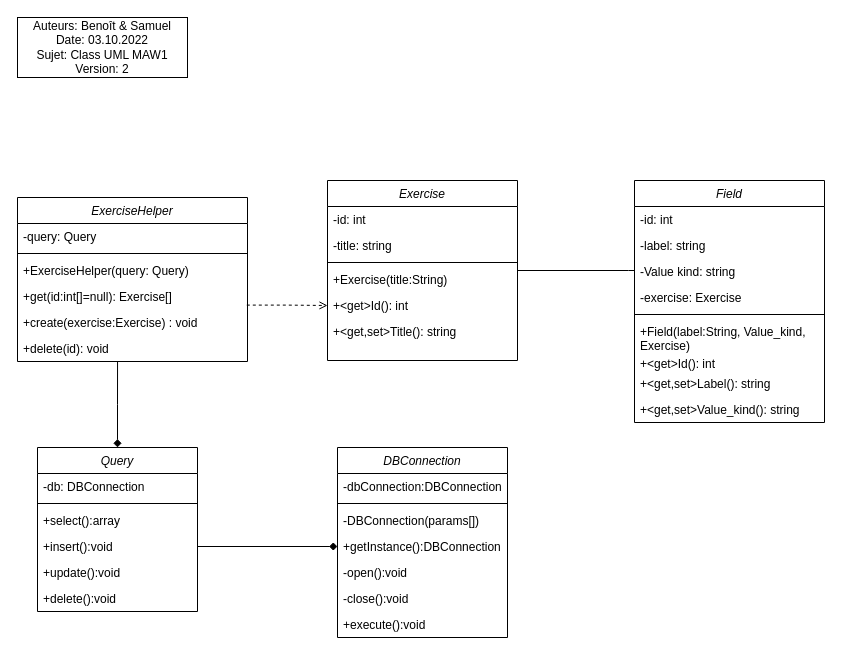
CPNV-ES/MAW1-BPT-SMD keeps this draw.io diagram as modelisation/ClassUML.drawio. Above is the earlier version. Source tidied: cells renumbered, new cells numbered last; positions are measured from the earlier drawing's top-left corner, leaving out a move shared by most shapes. Both pictures are drawn from the tidied source at 100%, with x=0, y=0 at pixel (17, 17).
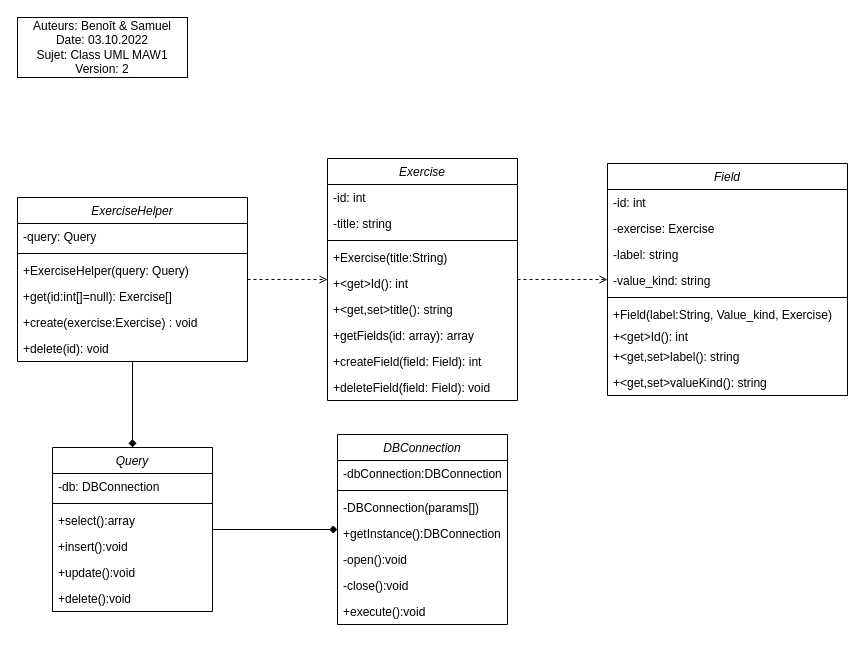
The same diagram, later.

Unchanged cells that the change refers to:
```xml
<mxCell id="6" value="+getInstance():DBConnection" style="text;align=left;verticalAlign=top;spacingLeft=4;spacingRight=4;overflow=hidden;points=[[0,0.5],[1,0.5]];portConstraint=eastwest;" parent="2" vertex="1">
  <mxGeometry y="86" width="170" height="26" as="geometry" />
</mxCell>
<mxCell id="15" value="+insert():void" style="text;align=left;verticalAlign=top;spacingLeft=4;spacingRight=4;overflow=hidden;points=[[0,0.5],[1,0.5]];portConstraint=eastwest;rounded=0;shadow=0;html=0;" parent="11" vertex="1">
  <mxGeometry y="86" width="160" height="26" as="geometry" />
</mxCell>
<mxCell id="23" value="+&lt;get&gt;Id(): int" style="text;align=left;verticalAlign=top;spacingLeft=4;spacingRight=4;overflow=hidden;points=[[0,0.5],[1,0.5]];portConstraint=eastwest;rounded=0;shadow=0;html=0;" parent="18" vertex="1">
  <mxGeometry y="112" width="190" height="26" as="geometry" />
</mxCell>
<mxCell id="26" value="ExerciseHelper" style="swimlane;fontStyle=2;align=center;verticalAlign=top;horizontal=1;startSize=26;rounded=0;shadow=0;strokeWidth=1;" parent="1" vertex="1">
  <mxGeometry y="180" width="230" height="164" as="geometry" />
</mxCell>
<mxCell id="31" value="+create(exercise:Exercise) : void" style="text;align=left;verticalAlign=top;spacingLeft=4;spacingRight=4;overflow=hidden;points=[[0,0.5],[1,0.5]];portConstraint=eastwest;rounded=0;shadow=0;html=0;" parent="26" vertex="1">
  <mxGeometry y="112" width="230" height="26" as="geometry" />
</mxCell>
<mxCell id="32" value="+delete(id): void" style="text;align=left;verticalAlign=top;spacingLeft=4;spacingRight=4;overflow=hidden;points=[[0,0.5],[1,0.5]];portConstraint=eastwest;rounded=0;shadow=0;html=0;" parent="26" vertex="1">
  <mxGeometry y="138" width="230" height="26" as="geometry" />
</mxCell>
```

Diff of the diagram source:
```diff
@@
     <mxCell id="2" value="DBConnection" style="swimlane;fontStyle=2;align=center;verticalAlign=top;horizontal=1;startSize=26;rounded=0;shadow=0;strokeWidth=1;" parent="1" vertex="1">
-      <mxGeometry x="320" y="430" width="170" height="190" as="geometry" />
+      <mxGeometry x="320" y="417" width="170" height="190" as="geometry" />
     </mxCell>
@@
-    <mxCell id="10" style="edgeStyle=orthogonalEdgeStyle;rounded=0;jettySize=auto;html=1;entryX=0.435;entryY=1.015;entryDx=0;entryDy=0;entryPerimeter=0;startArrow=diamond;startFill=1;endArrow=none;endFill=0;" parent="1" edge="1" source="11" target="32">
+    <mxCell id="10" style="edgeStyle=orthogonalEdgeStyle;rounded=0;jettySize=auto;html=1;startArrow=diamond;startFill=1;endArrow=none;endFill=0;" parent="1" edge="1" source="11" target="26">
       <mxGeometry relative="1" as="geometry" />
     </mxCell>
     <mxCell id="11" value="Query" style="swimlane;fontStyle=2;align=center;verticalAlign=top;horizontal=1;startSize=26;rounded=0;shadow=0;strokeWidth=1;" parent="1" vertex="1">
-      <mxGeometry x="20" y="430" width="160" height="164" as="geometry" />
+      <mxGeometry x="35" y="430" width="160" height="164" as="geometry" />
     </mxCell>
@@
     <mxCell id="18" value="Exercise" style="swimlane;fontStyle=2;align=center;verticalAlign=top;horizontal=1;startSize=26;rounded=0;shadow=0;strokeWidth=1;" parent="1" vertex="1">
-      <mxGeometry x="310" y="163" width="190" height="180" as="geometry" />
+      <mxGeometry x="310" y="141" width="190" height="242" as="geometry" />
     </mxCell>
@@
-    <mxCell id="24" value="+&lt;get,set&gt;Title(): string" style="text;align=left;verticalAlign=top;spacingLeft=4;spacingRight=4;overflow=hidden;rounded=0;shadow=0;html=0;" parent="18" vertex="1">
+    <mxCell id="24" value="+&lt;get,set&gt;title(): string" style="text;align=left;verticalAlign=top;spacingLeft=4;spacingRight=4;overflow=hidden;rounded=0;shadow=0;html=0;" parent="18" vertex="1">
       <mxGeometry y="138" width="190" height="26" as="geometry" />
     </mxCell>
+    <mxCell id="46" value="+getFields(id: array): array" style="text;align=left;verticalAlign=top;spacingLeft=4;spacingRight=4;overflow=hidden;rounded=0;shadow=0;html=0;" parent="18" vertex="1">
+      <mxGeometry y="164" width="190" height="26" as="geometry" />
+    </mxCell>
+    <mxCell id="47" value="+createField(field: Field): int" style="text;align=left;verticalAlign=top;spacingLeft=4;spacingRight=4;overflow=hidden;rounded=0;shadow=0;html=0;" parent="18" vertex="1">
+      <mxGeometry y="190" width="190" height="26" as="geometry" />
+    </mxCell>
+    <mxCell id="48" value="+deleteField(field: Field): void" style="text;align=left;verticalAlign=top;spacingLeft=4;spacingRight=4;overflow=hidden;rounded=0;shadow=0;html=0;" parent="18" vertex="1">
+      <mxGeometry y="216" width="190" height="26" as="geometry" />
+    </mxCell>
@@
-    <mxCell id="33" style="edgeStyle=orthogonalEdgeStyle;rounded=0;jettySize=auto;html=1;dashed=1;endArrow=open;endFill=0;exitX=0.997;exitY=-0.169;exitDx=0;exitDy=0;exitPerimeter=0;" parent="1" edge="1" source="31" target="23">
+    <mxCell id="33" style="edgeStyle=orthogonalEdgeStyle;rounded=0;jettySize=auto;html=1;dashed=1;endArrow=open;endFill=0;" parent="1" edge="1" source="26" target="18">
       <mxGeometry relative="1" as="geometry" />
     </mxCell>
-    <mxCell id="34" style="edgeStyle=orthogonalEdgeStyle;rounded=0;jettySize=auto;html=1;entryX=0;entryY=0.5;entryDx=0;entryDy=0;startArrow=none;startFill=0;endArrow=diamond;endFill=1;" parent="1" edge="1" source="15" target="6">
+    <mxCell id="34" style="edgeStyle=orthogonalEdgeStyle;rounded=0;jettySize=auto;html=1;startArrow=none;startFill=0;endArrow=diamond;endFill=1;" parent="1" edge="1" source="11" target="2">
       <mxGeometry relative="1" as="geometry" />
     </mxCell>
     <mxCell id="35" value="Field" style="swimlane;fontStyle=2;align=center;verticalAlign=top;horizontal=1;startSize=26;rounded=0;shadow=0;strokeWidth=1;" parent="1" vertex="1">
-      <mxGeometry x="617" y="163" width="190" height="242" as="geometry" />
+      <mxGeometry x="590" y="146" width="240" height="232" as="geometry" />
     </mxCell>
     <mxCell id="36" value="-id: int" style="text;align=left;verticalAlign=top;spacingLeft=4;spacingRight=4;overflow=hidden;rounded=0;shadow=0;html=0;" parent="35" vertex="1">
-      <mxGeometry y="26" width="190" height="26" as="geometry" />
+      <mxGeometry y="26" width="240" height="26" as="geometry" />
     </mxCell>
+    <mxCell id="39" value="-exercise: Exercise" style="text;align=left;verticalAlign=top;spacingLeft=4;spacingRight=4;overflow=hidden;rounded=0;shadow=0;html=0;" parent="35" vertex="1">
+      <mxGeometry y="52" width="240" height="26" as="geometry" />
+    </mxCell>
     <mxCell id="37" value="-label: string" style="text;align=left;verticalAlign=top;spacingLeft=4;spacingRight=4;overflow=hidden;rounded=0;shadow=0;html=0;" parent="35" vertex="1">
-      <mxGeometry y="52" width="190" height="26" as="geometry" />
+      <mxGeometry y="78" width="240" height="26" as="geometry" />
     </mxCell>
-    <mxCell id="38" value="-Value kind: string" style="text;align=left;verticalAlign=top;spacingLeft=4;spacingRight=4;overflow=hidden;rounded=0;shadow=0;html=0;" parent="35" vertex="1">
-      <mxGeometry y="78" width="190" height="26" as="geometry" />
+    <mxCell id="38" value="-value_kind: string" style="text;align=left;verticalAlign=top;spacingLeft=4;spacingRight=4;overflow=hidden;rounded=0;shadow=0;html=0;" parent="35" vertex="1">
+      <mxGeometry y="104" width="240" height="26" as="geometry" />
     </mxCell>
-    <mxCell id="39" value="-exercise: Exercise" style="text;align=left;verticalAlign=top;spacingLeft=4;spacingRight=4;overflow=hidden;rounded=0;shadow=0;html=0;" parent="35" vertex="1">
-      <mxGeometry y="104" width="190" height="26" as="geometry" />
-    </mxCell>
     <mxCell id="40" style="line;html=1;strokeWidth=1;align=left;verticalAlign=middle;spacingTop=-1;spacingLeft=3;spacingRight=3;labelPosition=right;" parent="35" vertex="1">
-      <mxGeometry y="130" width="190" height="8" as="geometry" />
+      <mxGeometry y="130" width="240" height="8" as="geometry" />
     </mxCell>
-    <mxCell id="41" value="+Field(label:String, Value_kind,&#10;Exercise)" style="text;align=left;verticalAlign=top;spacingLeft=4;spacingRight=4;overflow=hidden;rounded=0;shadow=0;html=0;" parent="35" vertex="1">
-      <mxGeometry y="138" width="190" height="32" as="geometry" />
+    <mxCell id="41" value="+Field(label:String, Value_kind, Exercise)" style="text;align=left;verticalAlign=top;spacingLeft=4;spacingRight=4;overflow=hidden;rounded=0;shadow=0;html=0;" parent="35" vertex="1">
+      <mxGeometry y="138" width="240" height="22" as="geometry" />
     </mxCell>
     <mxCell id="42" value="+&lt;get&gt;Id(): int" style="text;align=left;verticalAlign=top;spacingLeft=4;spacingRight=4;overflow=hidden;rounded=0;shadow=0;html=0;" parent="35" vertex="1">
-      <mxGeometry y="170" width="190" height="20" as="geometry" />
+      <mxGeometry y="160" width="240" height="20" as="geometry" />
     </mxCell>
-    <mxCell id="43" value="+&lt;get,set&gt;Label(): string" style="text;align=left;verticalAlign=top;spacingLeft=4;spacingRight=4;overflow=hidden;rounded=0;shadow=0;html=0;" parent="35" vertex="1">
-      <mxGeometry y="190" width="190" height="26" as="geometry" />
+    <mxCell id="43" value="+&lt;get,set&gt;label(): string" style="text;align=left;verticalAlign=top;spacingLeft=4;spacingRight=4;overflow=hidden;rounded=0;shadow=0;html=0;" parent="35" vertex="1">
+      <mxGeometry y="180" width="240" height="26" as="geometry" />
     </mxCell>
-    <mxCell id="44" value="+&lt;get,set&gt;Value_kind(): string" style="text;align=left;verticalAlign=top;spacingLeft=4;spacingRight=4;overflow=hidden;rounded=0;shadow=0;html=0;" parent="35" vertex="1">
-      <mxGeometry y="216" width="190" height="26" as="geometry" />
+    <mxCell id="44" value="+&lt;get,set&gt;valueKind(): string" style="text;align=left;verticalAlign=top;spacingLeft=4;spacingRight=4;overflow=hidden;rounded=0;shadow=0;html=0;" parent="35" vertex="1">
+      <mxGeometry y="206" width="240" height="26" as="geometry" />
     </mxCell>
-    <mxCell id="45" style="edgeStyle=orthogonalEdgeStyle;rounded=0;orthogonalLoop=1;jettySize=auto;html=1;endArrow=none;endFill=0;" parent="1" edge="1">
-      <mxGeometry relative="1" as="geometry">
-        <mxPoint x="617" y="253" as="sourcePoint" />
-        <mxPoint x="500" y="253" as="targetPoint" />
-        <Array as="points">
-          <mxPoint x="611" y="253" />
-        </Array>
-      </mxGeometry>
-    </mxCell>
+    <mxCell id="49" style="edgeStyle=orthogonalEdgeStyle;rounded=0;jettySize=auto;html=1;dashed=1;endArrow=open;endFill=0;" parent="1" edge="1" source="18" target="35">
+      <mxGeometry relative="1" as="geometry" />
+    </mxCell>
```
